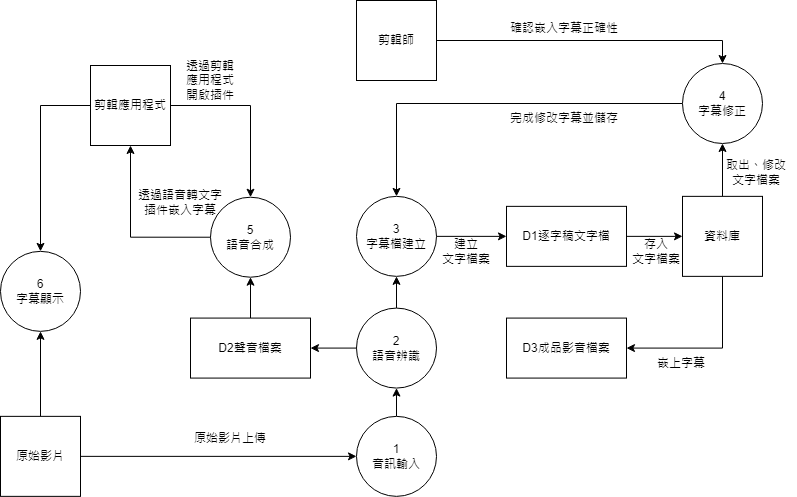
Earlier version of the draw.io export 圖0.png (C110118150/No.11). Source tidied: cells renumbered, new cells last; positions are measured from the earlier drawing's top-left corner, leaving out a move shared by most shapes.
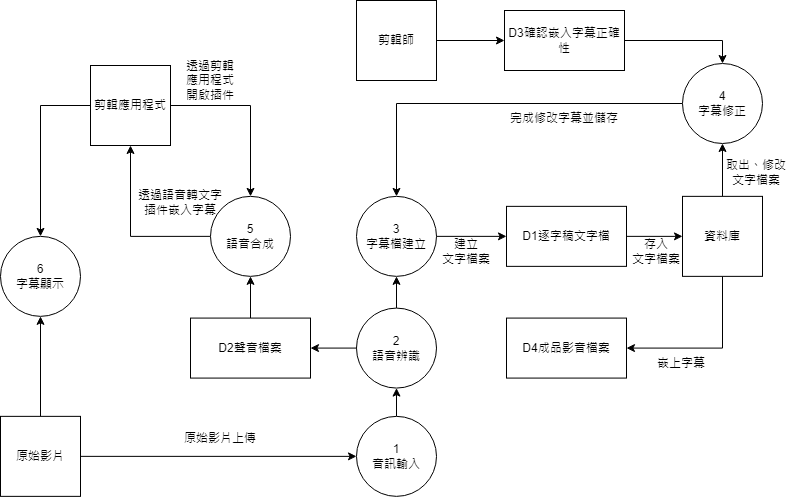
Later version of the same file.

What changed in the source:
```diff
@@ -2,9 +2,12 @@
   <root>
     <mxCell id="0" />
     <mxCell id="1" parent="0" />
-    <mxCell id="2" style="edgeStyle=orthogonalEdgeStyle;rounded=0;jettySize=auto;html=1;exitX=1;exitY=0.5;exitDx=0;exitDy=0;entryX=0.5;entryY=0;entryDx=0;entryDy=0;" parent="1" edge="1" source="3" target="31">
+    <mxCell id="2" style="edgeStyle=orthogonalEdgeStyle;rounded=0;jettySize=auto;html=1;exitX=1;exitY=0.5;exitDx=0;exitDy=0;entryX=0.5;entryY=0;entryDx=0;entryDy=0;" parent="1" edge="1" source="40" target="31">
       <mxGeometry relative="1" as="geometry" />
     </mxCell>
+    <mxCell id="39" style="edgeStyle=orthogonalEdgeStyle;rounded=0;jettySize=auto;html=1;exitX=1;exitY=0.5;exitDx=0;exitDy=0;entryX=0;entryY=0.5;entryDx=0;entryDy=0;" parent="1" edge="1" source="3" target="40">
+      <mxGeometry relative="1" as="geometry" />
+    </mxCell>
     <mxCell id="3" value="剪輯師" style="whiteSpace=wrap;html=1;" parent="1" vertex="1">
       <mxGeometry x="356" width="80" height="80" as="geometry" />
     </mxCell>
@@ -44,9 +47,6 @@
     <mxCell id="15" value="取出、修改&lt;br&gt;文字檔案" style="text;html=1;strokeColor=none;fillColor=none;align=center;verticalAlign=middle;whiteSpace=wrap;rounded=0;" parent="1" vertex="1">
       <mxGeometry x="716" y="156.7" width="80" height="30" as="geometry" />
     </mxCell>
-    <mxCell id="16" value="確認嵌入字幕正確性" style="text;html=1;strokeColor=none;fillColor=none;align=center;verticalAlign=middle;whiteSpace=wrap;rounded=0;" parent="1" vertex="1">
-      <mxGeometry x="509" y="13" width="110" height="30" as="geometry" />
-    </mxCell>
     <mxCell id="17" value="完成修改字幕並儲存" style="text;html=1;strokeColor=none;fillColor=none;align=center;verticalAlign=middle;whiteSpace=wrap;rounded=0;" parent="1" vertex="1">
       <mxGeometry x="482" y="103" width="164" height="30" as="geometry" />
     </mxCell>
@@ -78,13 +78,13 @@
       <mxGeometry x="356" y="195.9" width="80" height="80" as="geometry" />
     </mxCell>
     <mxCell id="27" value="6&lt;br&gt;字幕顯示" style="ellipse;whiteSpace=wrap;html=1;" parent="1" vertex="1">
-      <mxGeometry y="250.9" width="80" height="80" as="geometry" />
+      <mxGeometry y="235.9" width="80" height="80" as="geometry" />
     </mxCell>
     <mxCell id="28" style="edgeStyle=orthogonalEdgeStyle;rounded=0;jettySize=auto;html=1;exitX=0;exitY=0.5;exitDx=0;exitDy=0;entryX=0.5;entryY=1;entryDx=0;entryDy=0;" parent="1" edge="1" source="29" target="6">
       <mxGeometry relative="1" as="geometry" />
     </mxCell>
     <mxCell id="29" value="5&lt;br&gt;語音合成" style="ellipse;whiteSpace=wrap;html=1;" parent="1" vertex="1">
-      <mxGeometry x="210" y="196.7" width="80" height="80" as="geometry" />
+      <mxGeometry x="210" y="195.9" width="80" height="80" as="geometry" />
     </mxCell>
     <mxCell id="30" style="edgeStyle=orthogonalEdgeStyle;rounded=0;jettySize=auto;html=1;exitX=0;exitY=0.5;exitDx=0;exitDy=0;entryX=0.5;entryY=0;entryDx=0;entryDy=0;" parent="1" edge="1" source="31" target="26">
       <mxGeometry relative="1" as="geometry" />
@@ -93,9 +93,9 @@
       <mxGeometry x="682" y="63" width="80" height="80" as="geometry" />
     </mxCell>
     <mxCell id="32" value="原始影片上傳" style="text;html=1;strokeColor=none;fillColor=none;align=center;verticalAlign=middle;whiteSpace=wrap;rounded=0;" parent="1" vertex="1">
-      <mxGeometry x="190" y="423" width="80" height="30" as="geometry" />
+      <mxGeometry x="180" y="423" width="80" height="30" as="geometry" />
     </mxCell>
-    <mxCell id="33" value="D3成品影音檔案" style="rounded=0;whiteSpace=wrap;html=1;" parent="1" vertex="1">
+    <mxCell id="33" value="D4成品影音檔案" style="rounded=0;whiteSpace=wrap;html=1;" parent="1" vertex="1">
       <mxGeometry x="506" y="317.6" width="120" height="60" as="geometry" />
     </mxCell>
     <mxCell id="34" style="edgeStyle=orthogonalEdgeStyle;rounded=0;jettySize=auto;html=1;exitX=1;exitY=0.5;exitDx=0;exitDy=0;entryX=0;entryY=0.5;entryDx=0;entryDy=0;" parent="1" edge="1" source="26" target="35">
@@ -113,5 +113,8 @@
     <mxCell id="38" value="D2聲音檔案" style="rounded=0;whiteSpace=wrap;html=1;" parent="1" vertex="1">
       <mxGeometry x="190" y="317.6" width="120" height="60" as="geometry" />
     </mxCell>
+    <mxCell id="40" value="D3確認嵌入字幕正確性" style="rounded=0;whiteSpace=wrap;html=1;" parent="1" vertex="1">
+      <mxGeometry x="504" y="10" width="120" height="60" as="geometry" />
+    </mxCell>
   </root>
 </mxGraphModel>
```
